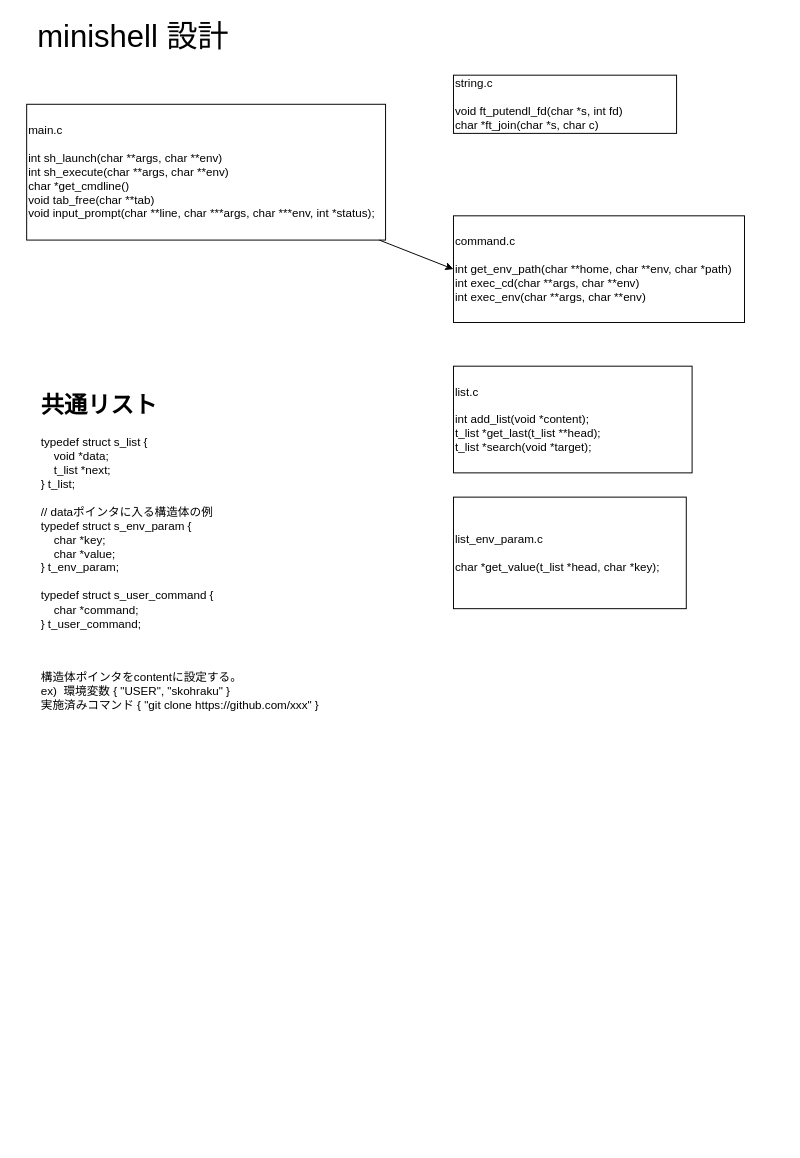
The draw.io diagram diagram.drawio in Toshiki-Nakamura/minishell, before the edit. Source tidied: cells renumbered, new cells numbered last; positions are measured from the earlier drawing's top-left corner, leaving out a move shared by most shapes. Both pictures are drawn from the tidied source at 97%, with x=0, y=0 at pixel (16, 16).
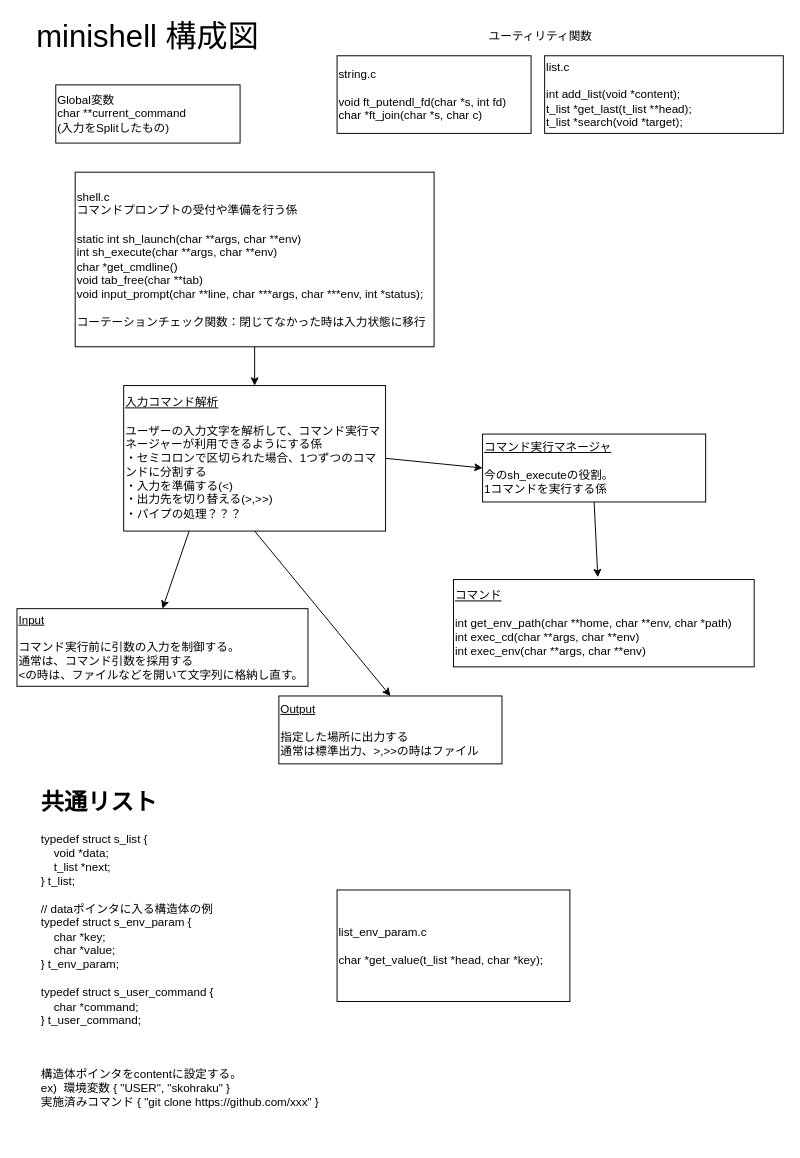
The same diagram, later.

The edit, as a diff of the source:
```diff
@@
 <mxGraphModel>
   <root>
     <mxCell id="0" />
     <mxCell id="1" parent="0" />
-    <mxCell id="2" value="minishell 設計" style="text;html=1;strokeColor=none;fillColor=none;align=center;verticalAlign=middle;whiteSpace=wrap;rounded=0;fontSize=32;" parent="1" vertex="1">
-      <mxGeometry width="240" height="40" as="geometry" />
+    <mxCell id="2" value="minishell 構成図" style="text;html=1;strokeColor=none;fillColor=none;align=center;verticalAlign=middle;whiteSpace=wrap;rounded=0;fontSize=32;" parent="1" vertex="1">
+      <mxGeometry width="270" height="40" as="geometry" />
     </mxCell>
-    <mxCell id="3" value="main.c&lt;br&gt;&lt;br&gt;int sh_launch(char **args, char **env)&lt;br&gt;int sh_execute(char **args, char **env)&lt;br&gt;char *get_cmdline()&lt;br&gt;void tab_free(char **tab)&lt;br&gt;void input_prompt(char **line, char ***args, char ***env, int *status);" style="rounded=0;whiteSpace=wrap;html=1;align=left;" parent="1" vertex="1">
-      <mxGeometry x="10" y="90" width="370" height="140" as="geometry" />
+    <mxCell id="3" value="shell.c&lt;br&gt;コマンドプロンプトの受付や準備を行う係&lt;br&gt;&lt;br&gt;static int sh_launch(char **args, char **env)&lt;br&gt;int sh_execute(char **args, char **env)&lt;br&gt;char *get_cmdline()&lt;br&gt;void tab_free(char **tab)&lt;br&gt;void input_prompt(char **line, char ***args, char ***env, int *status);&lt;br&gt;&lt;br&gt;コーテーションチェック関数：閉じてなかった時は入力状態に移行" style="rounded=0;whiteSpace=wrap;html=1;align=left;" parent="1" vertex="1">
+      <mxGeometry x="60" y="160" width="370" height="180" as="geometry" />
     </mxCell>
     <mxCell id="4" value="string.c&lt;br&gt;&lt;br&gt;void ft_putendl_fd(char *s, int fd)&lt;br&gt;char *ft_join(char *s, char c)" style="rounded=0;whiteSpace=wrap;html=1;align=left;" parent="1" vertex="1">
-      <mxGeometry x="450" y="60" width="230" height="60" as="geometry" />
+      <mxGeometry x="330" y="40" width="200" height="80" as="geometry" />
     </mxCell>
-    <mxCell id="5" value="command.c&lt;br&gt;&lt;br&gt;int get_env_path(char **home, char **env, char *path)&lt;br&gt;int exec_cd(char **args, char **env)&lt;br&gt;int exec_env(char **args, char **env)" style="whiteSpace=wrap;html=1;align=left;" parent="1" vertex="1">
-      <mxGeometry x="450" y="205" width="300" height="110" as="geometry" />
+    <mxCell id="5" value="&lt;u&gt;コマンド&lt;/u&gt;&lt;br&gt;&lt;br&gt;int get_env_path(char **home, char **env, char *path)&lt;br&gt;int exec_cd(char **args, char **env)&lt;br&gt;int exec_env(char **args, char **env)" style="whiteSpace=wrap;html=1;align=left;" parent="1" vertex="1">
+      <mxGeometry x="450" y="580" width="310" height="90" as="geometry" />
     </mxCell>
-    <mxCell id="6" style="endArrow=classic;html=1;entryX=0;entryY=0.5;entryDx=0;entryDy=0;" parent="1" edge="1" source="3" target="5">
+    <mxCell id="6" style="endArrow=classic;html=1;entryX=0.48;entryY=-0.027;entryDx=0;entryDy=0;exitX=0.5;exitY=1;exitDx=0;exitDy=0;entryPerimeter=0;" parent="1" edge="1" source="16" target="5">
       <mxGeometry relative="1" as="geometry" />
     </mxCell>
     <mxCell id="7" value="list.c&lt;br&gt;&lt;br&gt;int add_list(void *content);&lt;br&gt;t_list *get_last(t_list **head);&lt;br&gt;t_list *search(void *target);" style="rounded=0;whiteSpace=wrap;html=1;align=left;" parent="1" vertex="1">
-      <mxGeometry x="450" y="360" width="246" height="110" as="geometry" />
+      <mxGeometry x="544" y="40" width="246" height="80" as="geometry" />
     </mxCell>
     <mxCell id="8" value="&lt;h1&gt;共通リスト&lt;/h1&gt;&lt;p&gt;typedef struct s_list {&lt;br&gt;&lt;span&gt;&amp;nbsp; &amp;nbsp; void *data;&lt;br&gt;&amp;nbsp; &amp;nbsp; t_list *next;&lt;br&gt;} t_list;&lt;br&gt;&lt;br&gt;// dataポインタに入る構造体の例&lt;br&gt;typedef struct s_env_param {&lt;br&gt;&amp;nbsp; &amp;nbsp; char *key;&lt;br&gt;&amp;nbsp; &amp;nbsp; char *value;&lt;br&gt;} t_env_param;&lt;br&gt;&lt;br&gt;typedef struct s_user_command {&lt;br&gt;&amp;nbsp; &amp;nbsp; char *command;&lt;br&gt;} t_user_command;&lt;br&gt;&lt;br&gt;&lt;/span&gt;&lt;/p&gt;&lt;p&gt;&lt;span&gt;&lt;br&gt;構造体ポインタをcontentに設定する。&lt;br&gt;ex)&amp;nbsp; 環境変数 { &quot;USER&quot;, &quot;skohraku&quot; }&amp;nbsp;&lt;br&gt;実施済みコマンド { &quot;git clone https://github.com/xxx&quot; }&lt;br&gt;&lt;/span&gt;&lt;/p&gt;" style="text;html=1;strokeColor=none;fillColor=none;spacing=5;spacingTop=-20;whiteSpace=wrap;overflow=hidden;rounded=0;align=left;" parent="1" vertex="1">
-      <mxGeometry x="20" y="381" width="370" height="370" as="geometry" />
+      <mxGeometry x="20" y="790" width="370" height="370" as="geometry" />
     </mxCell>
     <mxCell id="9" value="list_env_param.c&lt;br&gt;&lt;br&gt;char *get_value(t_list *head, char *key);&lt;br&gt;" style="rounded=0;whiteSpace=wrap;html=1;align=left;" parent="1" vertex="1">
-      <mxGeometry x="450" y="495" width="240" height="115" as="geometry" />
+      <mxGeometry x="330" y="900" width="240" height="115" as="geometry" />
     </mxCell>
+    <mxCell id="10" value="Global変数&lt;br&gt;char **current_command&lt;br&gt;(入力をSplitしたもの)" style="rounded=0;whiteSpace=wrap;html=1;align=left;" parent="1" vertex="1">
+      <mxGeometry x="40" y="70" width="190" height="60" as="geometry" />
+    </mxCell>
+    <mxCell id="11" value="&lt;u&gt;入力コマンド解析&lt;/u&gt;&lt;br&gt;&lt;br&gt;ユーザーの入力文字を解析して、コマンド実行マネージャーが利用できるようにする係&lt;br&gt;・セミコロンで区切られた場合、1つずつのコマンドに分割する&lt;br&gt;・入力を準備する(&amp;lt;)&lt;br&gt;・出力先を切り替える(&amp;gt;,&amp;gt;&amp;gt;)&lt;br&gt;・パイプの処理？？？" style="whiteSpace=wrap;html=1;align=left;" parent="1" vertex="1">
+      <mxGeometry x="110" y="380" width="270" height="150" as="geometry" />
+    </mxCell>
+    <mxCell id="12" value="&lt;u&gt;Output&lt;/u&gt;&lt;br&gt;&lt;br&gt;指定した場所に出力する&lt;br&gt;通常は標準出力、&amp;gt;,&amp;gt;&amp;gt;の時はファイル" style="whiteSpace=wrap;html=1;align=left;" parent="1" vertex="1">
+      <mxGeometry x="270" y="700" width="230" height="70" as="geometry" />
+    </mxCell>
+    <mxCell id="13" style="endArrow=classic;html=1;entryX=0.5;entryY=0;entryDx=0;entryDy=0;exitX=0.5;exitY=1;exitDx=0;exitDy=0;" parent="1" edge="1" source="3" target="11">
+      <mxGeometry relative="1" as="geometry" />
+    </mxCell>
+    <mxCell id="14" style="endArrow=classic;html=1;entryX=0.5;entryY=0;entryDx=0;entryDy=0;exitX=0.5;exitY=1;exitDx=0;exitDy=0;" parent="1" edge="1" source="11" target="12">
+      <mxGeometry relative="1" as="geometry" />
+    </mxCell>
+    <mxCell id="15" value="&lt;u&gt;Input&lt;br&gt;&lt;/u&gt;&lt;br&gt;コマンド実行前に引数の入力を制御する。&lt;br&gt;通常は、コマンド引数を採用する&lt;br&gt;&amp;lt;の時は、ファイルなどを開いて文字列に格納し直す。" style="whiteSpace=wrap;html=1;align=left;" parent="1" vertex="1">
+      <mxGeometry y="610" width="300" height="80" as="geometry" />
+    </mxCell>
+    <mxCell id="16" value="&lt;u&gt;コマンド実行マネージャ&lt;/u&gt;&lt;br&gt;&lt;br&gt;今のsh_executeの役割。&lt;br&gt;1コマンドを実行する係" style="whiteSpace=wrap;html=1;align=left;" parent="1" vertex="1">
+      <mxGeometry x="480" y="430" width="230" height="70" as="geometry" />
+    </mxCell>
+    <mxCell id="17" style="endArrow=classic;html=1;exitX=0.25;exitY=1;exitDx=0;exitDy=0;entryX=0.5;entryY=0;entryDx=0;entryDy=0;" parent="1" edge="1" source="11" target="15">
+      <mxGeometry relative="1" as="geometry" />
+    </mxCell>
+    <mxCell id="18" style="endArrow=classic;html=1;exitX=1;exitY=0.5;exitDx=0;exitDy=0;entryX=0;entryY=0.5;entryDx=0;entryDy=0;" parent="1" edge="1" source="11" target="16">
+      <mxGeometry relative="1" as="geometry" />
+    </mxCell>
+    <mxCell id="19" value="ユーティリティ関数" style="text;html=1;strokeColor=none;fillColor=none;align=center;verticalAlign=middle;whiteSpace=wrap;rounded=0;" parent="1" vertex="1">
+      <mxGeometry x="440" y="10" width="200" height="20" as="geometry" />
+    </mxCell>
   </root>
 </mxGraphModel>
```
